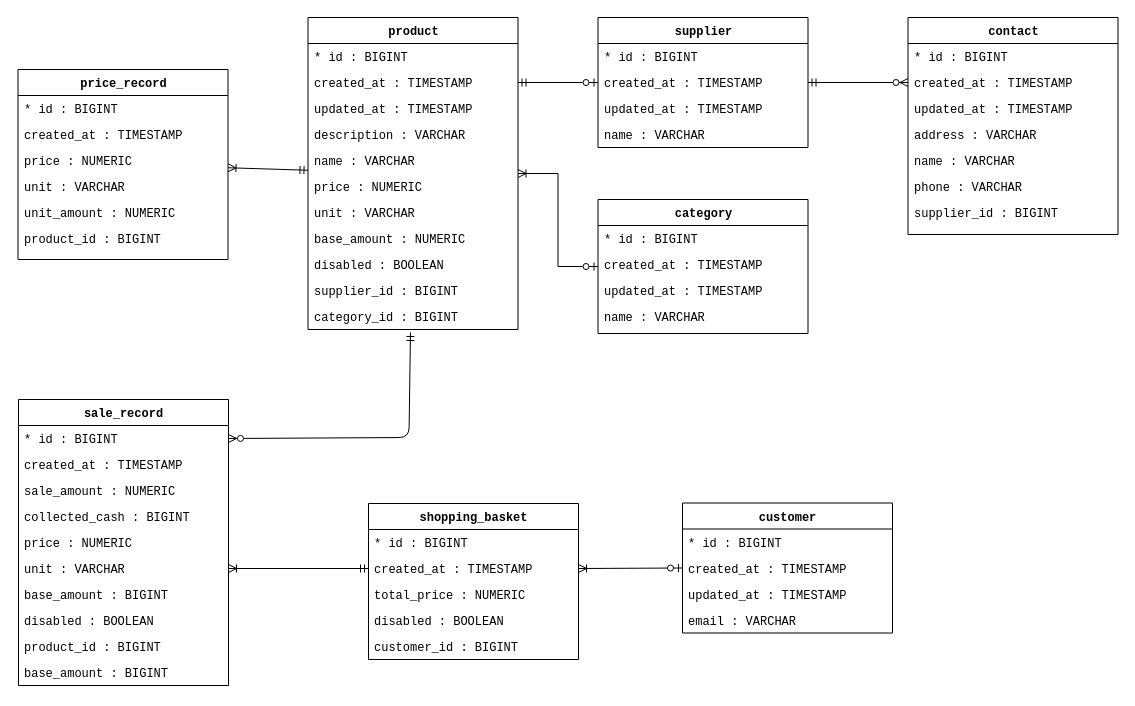
Above: docs/drawio/entity_relationship_diagram.drawio in muhammednursoy/salesmanager (draw.io), before the change. Source tidied: cells renumbered, new cells numbered last; positions are measured from the earlier drawing's top-left corner, leaving out a move shared by most shapes. Both pictures are drawn from the tidied source at 100%, with x=0, y=0 at pixel (18, 17).
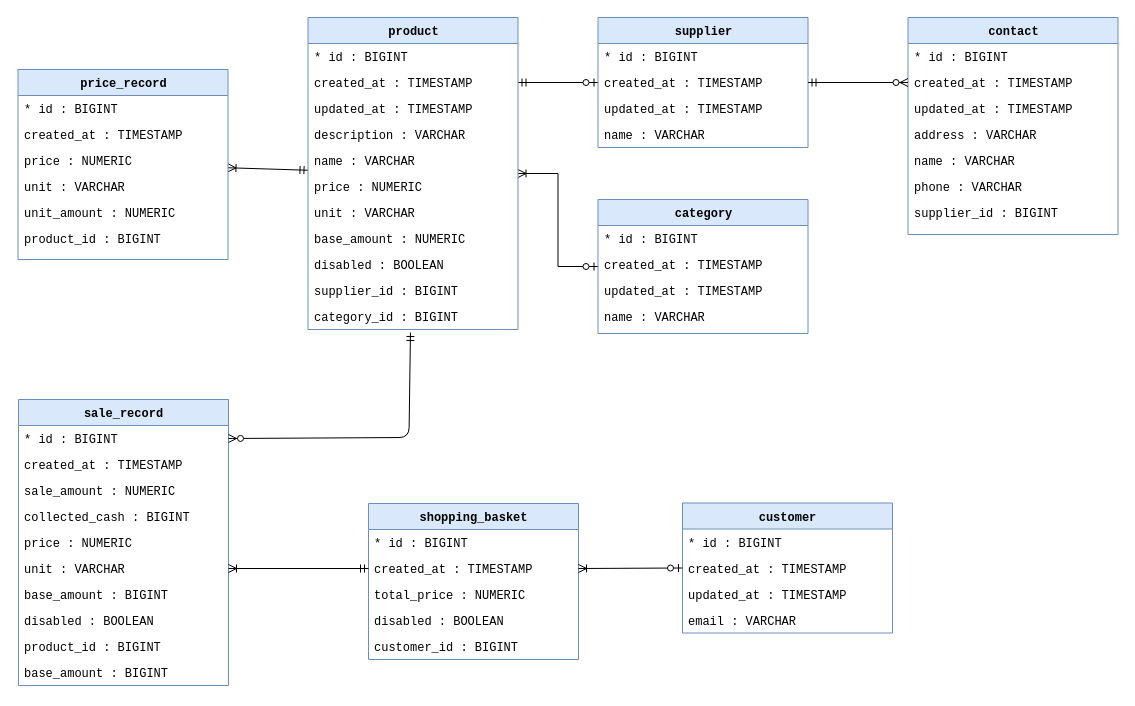
The same diagram, later.

The edit, as a diff of the source:
```diff
@@
-    <mxCell id="2" value="&lt;font face=&quot;Courier New&quot;&gt;sale_record&lt;br&gt;&lt;/font&gt;&lt;br&gt;" style="swimlane;html=1;fontStyle=1;align=center;verticalAlign=top;horizontal=1;startSize=26;swimlaneFillColor=#ffffff;rounded=0;shadow=0;comic=0;labelBackgroundColor=none;strokeColor=#000000;strokeWidth=1;fillColor=none;fontFamily=Verdana;fontSize=12;fontColor=#000000;" parent="1" vertex="1">
+    <mxCell id="2" value="&lt;font face=&quot;Courier New&quot;&gt;sale_record&lt;br&gt;&lt;/font&gt;&lt;br&gt;" style="swimlane;html=1;fontStyle=1;align=center;verticalAlign=top;horizontal=1;startSize=26;swimlaneFillColor=#ffffff;rounded=0;shadow=0;comic=0;labelBackgroundColor=none;strokeColor=#6c8ebf;strokeWidth=1;fillColor=#dae8fc;fontFamily=Verdana;fontSize=12;" parent="1" vertex="1">
       <mxGeometry y="382" width="210" height="286" as="geometry" />
     </mxCell>
@@
-    <mxCell id="13" value="&lt;font face=&quot;Courier New&quot;&gt;shopping_basket&lt;/font&gt;" style="swimlane;html=1;fontStyle=1;align=center;verticalAlign=top;horizontal=1;startSize=26;swimlaneFillColor=#ffffff;rounded=0;shadow=0;comic=0;labelBackgroundColor=none;strokeColor=#000000;strokeWidth=1;fillColor=none;fontFamily=Verdana;fontSize=12;fontColor=#000000;" parent="1" vertex="1">
+    <mxCell id="13" value="&lt;font face=&quot;Courier New&quot;&gt;shopping_basket&lt;/font&gt;" style="swimlane;html=1;fontStyle=1;align=center;verticalAlign=top;horizontal=1;startSize=26;swimlaneFillColor=#ffffff;rounded=0;shadow=0;comic=0;labelBackgroundColor=none;strokeColor=#6c8ebf;strokeWidth=1;fillColor=#dae8fc;fontFamily=Verdana;fontSize=12;" parent="1" vertex="1">
       <mxGeometry x="350" y="486" width="210" height="156" as="geometry" />
     </mxCell>
@@
-    <mxCell id="19" value="&lt;font face=&quot;Courier New&quot;&gt;customer&lt;/font&gt;" style="swimlane;html=1;fontStyle=1;align=center;verticalAlign=top;horizontal=1;startSize=26;swimlaneFillColor=#ffffff;rounded=0;shadow=0;comic=0;labelBackgroundColor=none;strokeColor=#000000;strokeWidth=1;fillColor=none;fontFamily=Verdana;fontSize=12;fontColor=#000000;" parent="1" vertex="1">
+    <mxCell id="19" value="&lt;font face=&quot;Courier New&quot;&gt;customer&lt;/font&gt;" style="swimlane;html=1;fontStyle=1;align=center;verticalAlign=top;horizontal=1;startSize=26;swimlaneFillColor=#ffffff;rounded=0;shadow=0;comic=0;labelBackgroundColor=none;strokeColor=#6c8ebf;strokeWidth=1;fillColor=#dae8fc;fontFamily=Verdana;fontSize=12;" parent="1" vertex="1">
       <mxGeometry x="664" y="485.5" width="210" height="130" as="geometry" />
     </mxCell>
@@
-    <mxCell id="27" value="&lt;font face=&quot;Courier New&quot;&gt;product&lt;/font&gt;&lt;br&gt;" style="swimlane;html=1;fontStyle=1;align=center;verticalAlign=top;horizontal=1;startSize=26;swimlaneFillColor=#ffffff;rounded=0;shadow=0;comic=0;labelBackgroundColor=none;strokeColor=#000000;strokeWidth=1;fillColor=none;fontFamily=Verdana;fontSize=12;fontColor=#000000;" parent="1" vertex="1">
+    <mxCell id="27" value="&lt;font face=&quot;Courier New&quot;&gt;product&lt;/font&gt;&lt;br&gt;" style="swimlane;html=1;fontStyle=1;align=center;verticalAlign=top;horizontal=1;startSize=26;swimlaneFillColor=#ffffff;rounded=0;shadow=0;comic=0;labelBackgroundColor=none;strokeColor=#6c8ebf;strokeWidth=1;fillColor=#dae8fc;fontFamily=Verdana;fontSize=12;" parent="1" vertex="1">
       <mxGeometry x="289.5" width="210" height="312" as="geometry" />
     </mxCell>
@@
-    <mxCell id="39" value="&lt;font face=&quot;Courier New&quot;&gt;price_record&lt;/font&gt;&lt;br&gt;" style="swimlane;html=1;fontStyle=1;align=center;verticalAlign=top;horizontal=1;startSize=26;swimlaneFillColor=#ffffff;rounded=0;shadow=0;comic=0;labelBackgroundColor=none;strokeColor=#000000;strokeWidth=1;fillColor=none;fontFamily=Verdana;fontSize=12;fontColor=#000000;" parent="1" vertex="1">
+    <mxCell id="39" value="&lt;font face=&quot;Courier New&quot;&gt;price_record&lt;/font&gt;&lt;br&gt;" style="swimlane;html=1;fontStyle=1;align=center;verticalAlign=top;horizontal=1;startSize=26;swimlaneFillColor=#ffffff;rounded=0;shadow=0;comic=0;labelBackgroundColor=none;strokeColor=#6c8ebf;strokeWidth=1;fillColor=#dae8fc;fontFamily=Verdana;fontSize=12;" parent="1" vertex="1">
       <mxGeometry x="-0.5" y="52" width="210" height="190" as="geometry" />
     </mxCell>
@@
-    <mxCell id="46" value="&lt;font face=&quot;Courier New&quot;&gt;supplier&lt;/font&gt;&lt;br&gt;" style="swimlane;html=1;fontStyle=1;align=center;verticalAlign=top;horizontal=1;startSize=26;swimlaneFillColor=#ffffff;rounded=0;shadow=0;comic=0;labelBackgroundColor=none;strokeColor=#000000;strokeWidth=1;fillColor=none;fontFamily=Verdana;fontSize=12;fontColor=#000000;" parent="1" vertex="1">
+    <mxCell id="46" value="&lt;font face=&quot;Courier New&quot;&gt;supplier&lt;/font&gt;&lt;br&gt;" style="swimlane;html=1;fontStyle=1;align=center;verticalAlign=top;horizontal=1;startSize=26;swimlaneFillColor=#ffffff;rounded=0;shadow=0;comic=0;labelBackgroundColor=none;strokeColor=#6c8ebf;strokeWidth=1;fillColor=#dae8fc;fontFamily=Verdana;fontSize=12;" parent="1" vertex="1">
       <mxGeometry x="579.5" width="210" height="130" as="geometry" />
     </mxCell>
@@
-    <mxCell id="51" value="&lt;font face=&quot;Courier New&quot;&gt;contact&lt;/font&gt;&lt;br&gt;" style="swimlane;html=1;fontStyle=1;align=center;verticalAlign=top;horizontal=1;startSize=26;swimlaneFillColor=#ffffff;rounded=0;shadow=0;comic=0;labelBackgroundColor=none;strokeColor=#000000;strokeWidth=1;fillColor=none;fontFamily=Verdana;fontSize=12;fontColor=#000000;" parent="1" vertex="1">
+    <mxCell id="51" value="&lt;font face=&quot;Courier New&quot;&gt;contact&lt;/font&gt;&lt;br&gt;" style="swimlane;html=1;fontStyle=1;align=center;verticalAlign=top;horizontal=1;startSize=26;swimlaneFillColor=#ffffff;rounded=0;shadow=0;comic=0;labelBackgroundColor=none;strokeColor=#6c8ebf;strokeWidth=1;fillColor=#dae8fc;fontFamily=Verdana;fontSize=12;" parent="1" vertex="1">
       <mxGeometry x="889.5" width="210" height="217" as="geometry" />
     </mxCell>
@@
-    <mxCell id="59" value="&lt;font face=&quot;Courier New&quot;&gt;category&lt;/font&gt;&lt;br&gt;" style="swimlane;html=1;fontStyle=1;align=center;verticalAlign=top;horizontal=1;startSize=26;swimlaneFillColor=#ffffff;rounded=0;shadow=0;comic=0;labelBackgroundColor=none;strokeColor=#000000;strokeWidth=1;fillColor=none;fontFamily=Verdana;fontSize=12;fontColor=#000000;" parent="1" vertex="1">
+    <mxCell id="59" value="&lt;font face=&quot;Courier New&quot;&gt;category&lt;/font&gt;&lt;br&gt;" style="swimlane;html=1;fontStyle=1;align=center;verticalAlign=top;horizontal=1;startSize=26;swimlaneFillColor=#ffffff;rounded=0;shadow=0;comic=0;labelBackgroundColor=none;strokeColor=#6c8ebf;strokeWidth=1;fillColor=#dae8fc;fontFamily=Verdana;fontSize=12;" parent="1" vertex="1">
       <mxGeometry x="579.5" y="182" width="210" height="134" as="geometry" />
     </mxCell>
```
